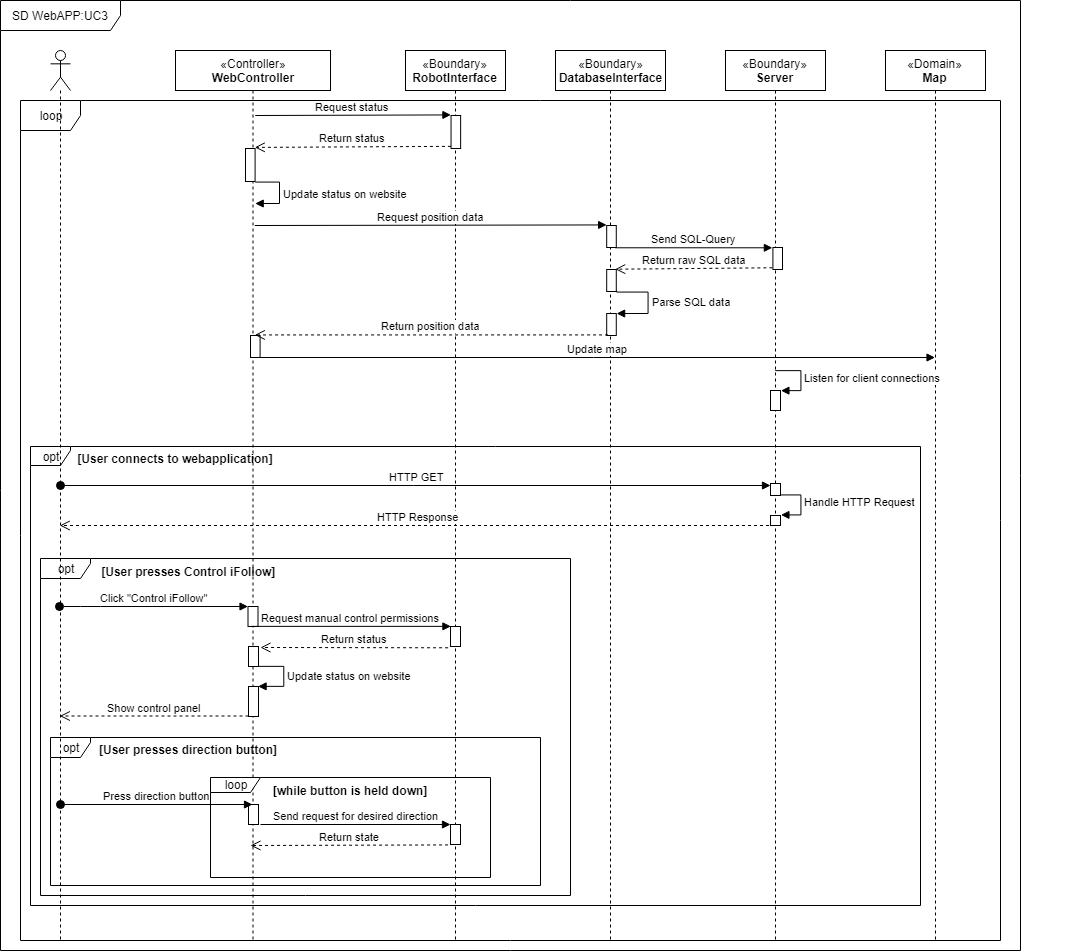
This is Arkitektur/System Sekvens Diagrammer/WebAPP_SD_UC3.png from MkLJensen/iFollow, a draw.io export, as it was before one commit. Source tidied: cells renumbered, new cells last; positions are measured from the earlier drawing's top-left corner, leaving out a move shared by most shapes.
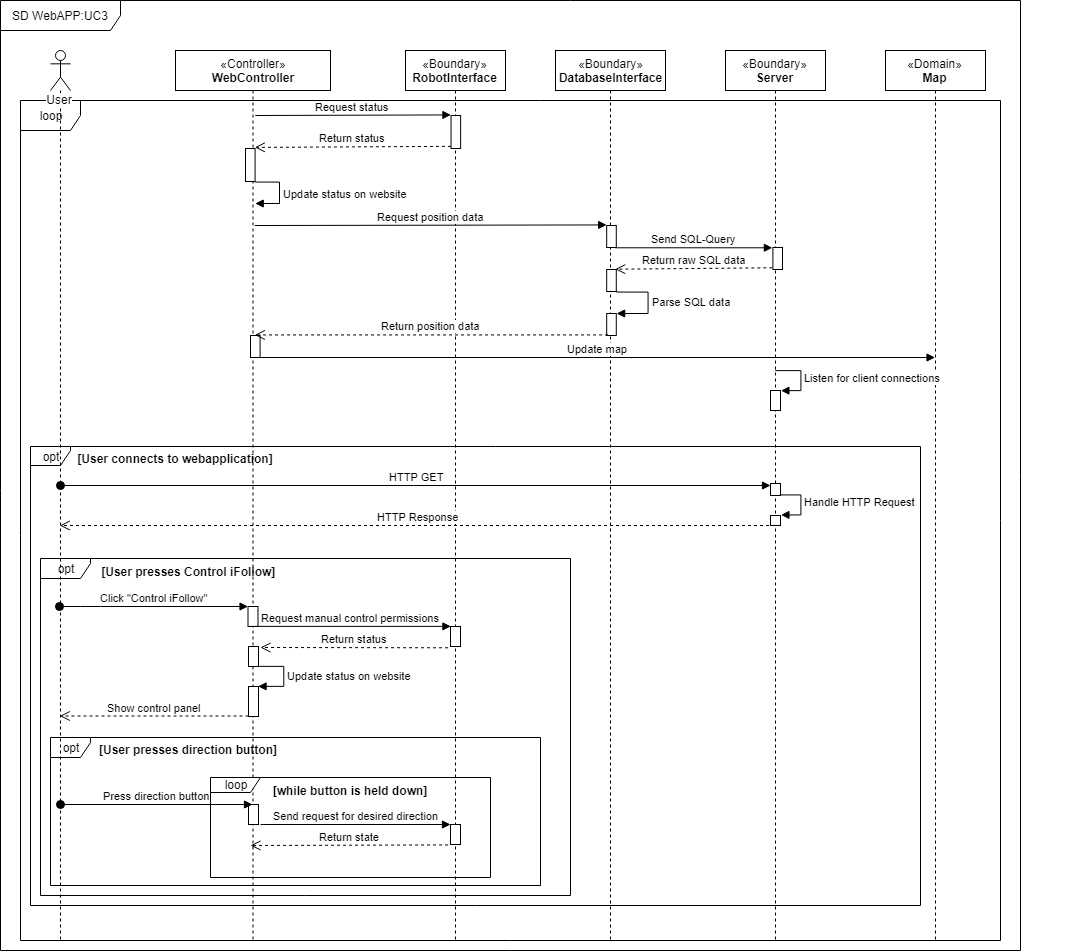
Above is the later version.

Diff of the diagram source:
```diff
@@ -53,7 +53,7 @@
     <mxCell id="16" style="html=1;perimeter=orthogonalPerimeter;" parent="12" vertex="1">
       <mxGeometry x="0.5" y="80" width="10" height="30" as="geometry" />
     </mxCell>
-    <mxCell id="17" style="shape=umlLifeline;participant=umlActor;perimeter=lifelinePerimeter;whiteSpace=wrap;html=1;verticalAlign=top;spacingTop=36;labelBackgroundColor=#ffffff;" parent="1" vertex="1">
+    <mxCell id="17" value="User" style="shape=umlLifeline;participant=umlActor;perimeter=lifelinePerimeter;whiteSpace=wrap;html=1;verticalAlign=top;spacingTop=36;labelBackgroundColor=#ffffff;" parent="1" vertex="1">
       <mxGeometry x="50" y="50" width="20" height="890" as="geometry" />
     </mxCell>
     <mxCell id="18" value="&lt;span&gt;«Boundary»&lt;/span&gt;&lt;br&gt;&lt;b&gt;DatabaseInterface&lt;/b&gt;" style="shape=umlLifeline;perimeter=lifelinePerimeter;whiteSpace=wrap;html=1;" parent="1" vertex="1">
```
